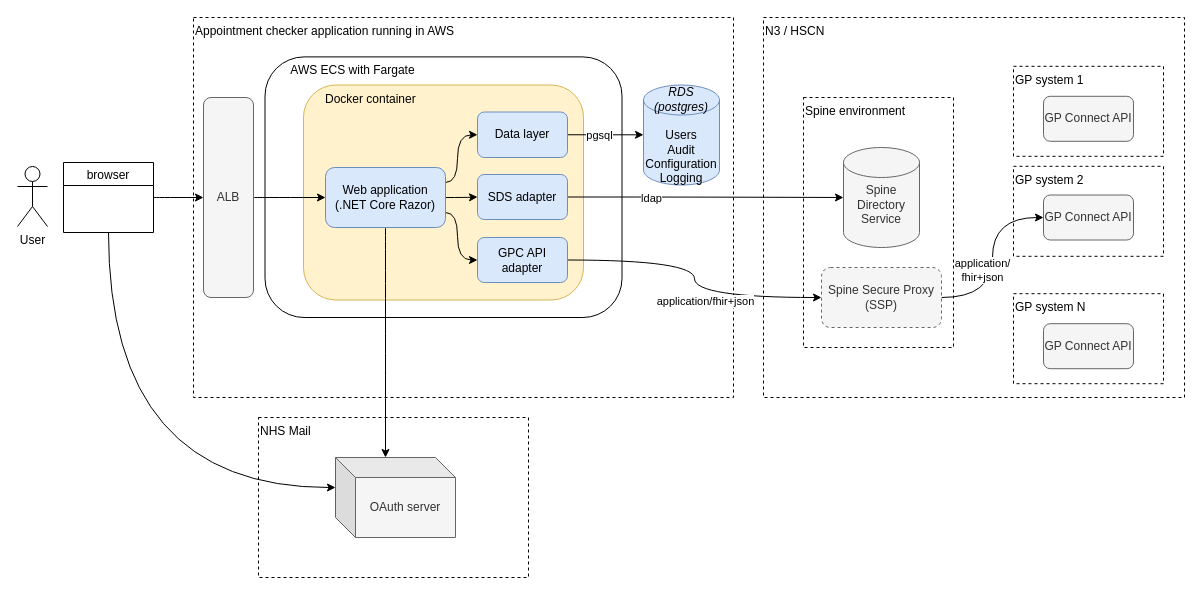
Above: documentation/gpc-appointment-checker-high-level-architecture.drawio in nhsconnect/gpconnect-appointment-checker (draw.io), before the change. Source tidied: cells renumbered, new cells numbered last; positions are measured from the earlier drawing's top-left corner, leaving out a move shared by most shapes. Both pictures are drawn from the tidied source at 100%, with x=0, y=0 at pixel (17, 17).
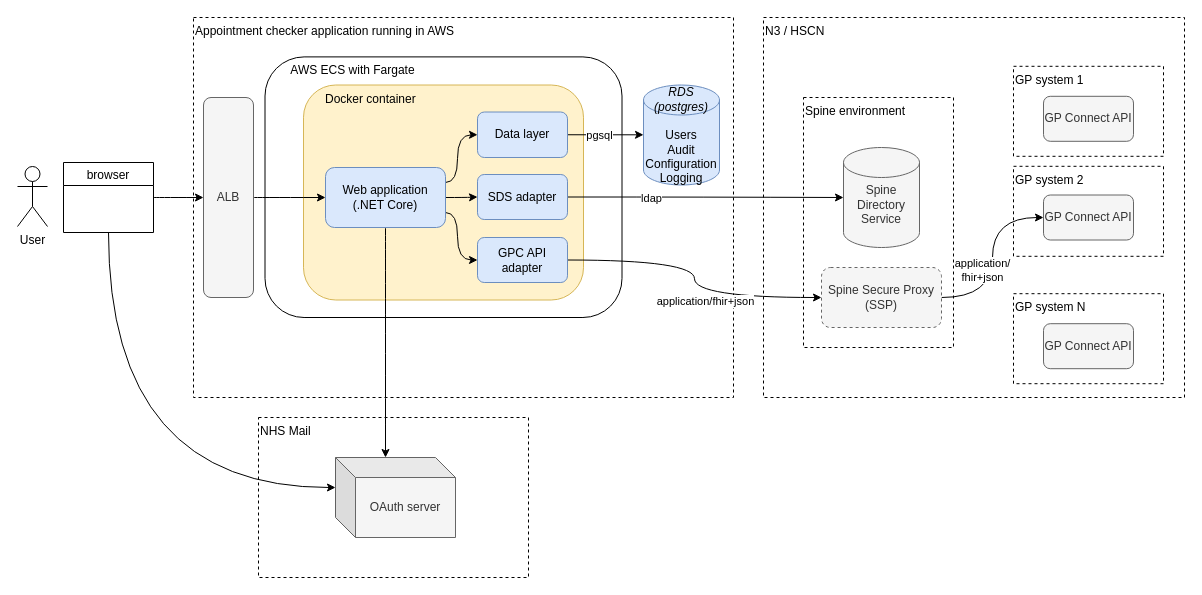
The same page after the edit.

Change to the diagram source:
```diff
@@
-    <mxCell id="10" value="Web application&lt;br&gt;(.NET Core Razor)" style="rounded=1;whiteSpace=wrap;html=1;align=center;fillColor=#dae8fc;strokeColor=#6c8ebf;" parent="1" vertex="1">
+    <mxCell id="10" value="Web application&lt;br&gt;(.NET Core)" style="rounded=1;whiteSpace=wrap;html=1;align=center;fillColor=#dae8fc;strokeColor=#6c8ebf;" parent="1" vertex="1">
       <mxGeometry x="308" y="150" width="120" height="60" as="geometry" />
     </mxCell>
```
